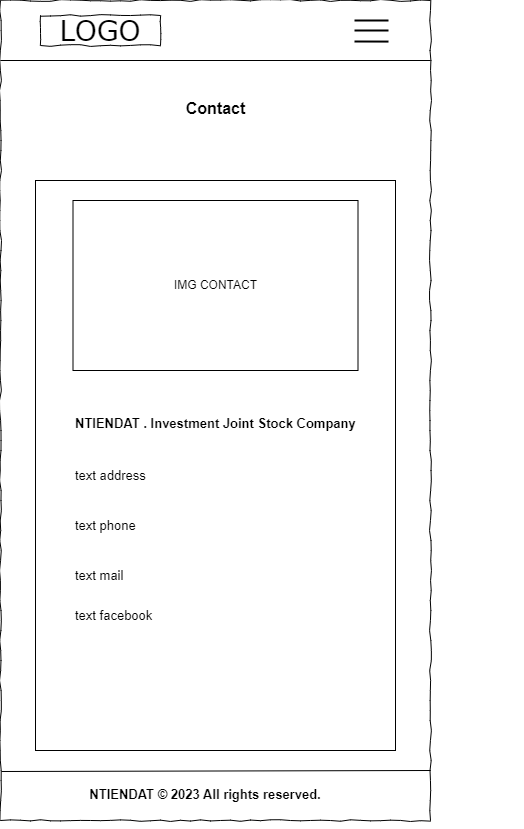
Earlier version of the draw.io export buoi2/images_drawio/contact(iphone).png (datntph39907/web106_datnt). Source tidied: cells renumbered, new cells last; positions are measured from the earlier drawing's top-left corner, leaving out a move shared by most shapes.
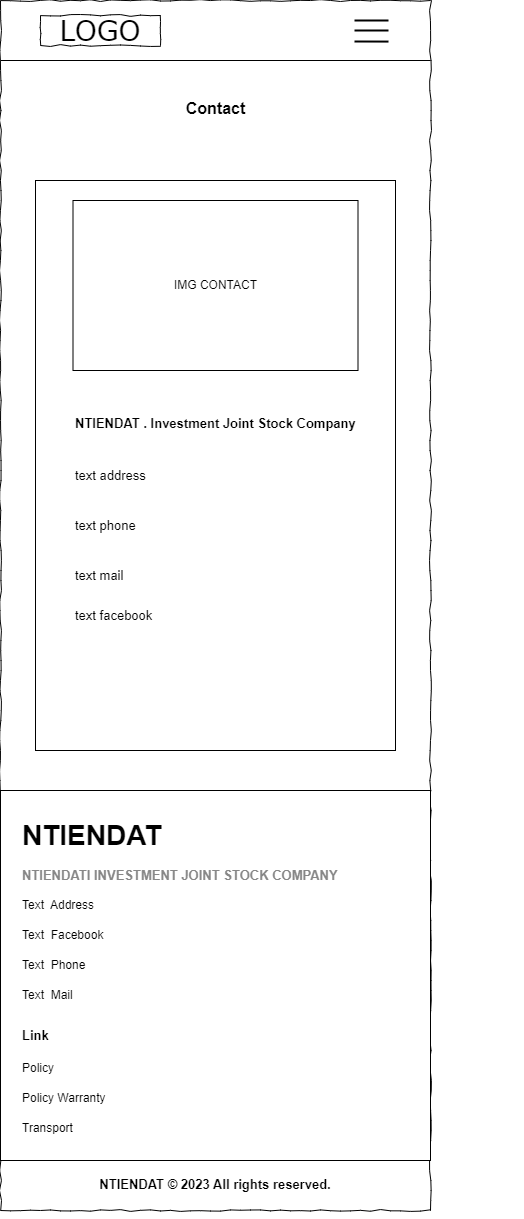
The same diagram one commit later.

What changed in the source:
```diff
@@ -3,7 +3,7 @@
     <mxCell id="0" />
     <mxCell id="1" parent="0" />
     <mxCell id="2" style="whiteSpace=wrap;html=1;rounded=0;shadow=0;labelBackgroundColor=none;strokeColor=default;strokeWidth=1;fillColor=default;fontFamily=Verdana;fontSize=12;fontColor=#000000;align=center;comic=1;" parent="1" vertex="1">
-      <mxGeometry width="430" height="820" as="geometry" />
+      <mxGeometry width="430" height="1210" as="geometry" />
     </mxCell>
     <mxCell id="3" value="LOGO" style="whiteSpace=wrap;html=1;rounded=0;shadow=0;labelBackgroundColor=none;strokeWidth=1;fontFamily=Verdana;fontSize=28;align=center;comic=1;" parent="1" vertex="1">
       <mxGeometry x="40" y="15" width="120" height="30" as="geometry" />
@@ -12,7 +12,7 @@
       <mxGeometry relative="1" as="geometry" />
     </mxCell>
     <mxCell id="5" value="NTIENDAT © 2023 All rights reserved." style="text;strokeColor=none;align=center;fillColor=none;html=1;verticalAlign=top;whiteSpace=wrap;rounded=0;fontSize=13;fontStyle=1;" parent="1" vertex="1">
-      <mxGeometry x="10" y="780" width="390" height="30" as="geometry" />
+      <mxGeometry x="20" y="1170" width="390" height="30" as="geometry" />
     </mxCell>
     <mxCell id="6" style="edgeStyle=orthogonalEdgeStyle;rounded=0;orthogonalLoop=1;jettySize=auto;html=1;exitX=0.5;exitY=1;exitDx=0;exitDy=0;" parent="1" edge="1">
       <mxGeometry relative="1" as="geometry">
@@ -38,12 +38,6 @@
         <mxPoint x="388" y="41.1" as="targetPoint" />
       </mxGeometry>
     </mxCell>
-    <mxCell id="10" style="endArrow=none;html=1;rounded=0;" parent="1" edge="1">
-      <mxGeometry relative="1" as="geometry">
-        <mxPoint x="430" y="770" as="sourcePoint" />
-        <mxPoint x="1" y="771" as="targetPoint" />
-      </mxGeometry>
-    </mxCell>
     <mxCell id="11" style="endArrow=none;html=1;rounded=0;" parent="1" edge="1">
       <mxGeometry relative="1" as="geometry">
         <mxPoint y="60" as="sourcePoint" />
@@ -74,5 +68,38 @@
     <mxCell id="19" value="Contact" style="text;html=1;align=center;verticalAlign=middle;spacingTop=-4;fontSize=16;fontFamily=Helvetica;fontStyle=1;" parent="1" vertex="1">
       <mxGeometry x="60" y="90" width="310" height="40" as="geometry" />
     </mxCell>
+    <mxCell id="20" style="rounded=0;whiteSpace=wrap;html=1;fontColor=#6e6e6e;" parent="1" vertex="1">
+      <mxGeometry y="790" width="430" height="370" as="geometry" />
+    </mxCell>
+    <mxCell id="21" value="Link" style="text;strokeColor=none;align=left;fillColor=none;html=1;verticalAlign=middle;whiteSpace=wrap;rounded=0;fontSize=13;fontColor=#000000;fontStyle=1;" parent="1" vertex="1">
+      <mxGeometry x="20" y="1020" width="266" height="30" as="geometry" />
+    </mxCell>
+    <mxCell id="22" value="Transport" style="text;strokeColor=none;align=left;fillColor=none;html=1;verticalAlign=middle;whiteSpace=wrap;rounded=0;" parent="1" vertex="1">
+      <mxGeometry x="20" y="1113" width="190" height="30" as="geometry" />
+    </mxCell>
+    <mxCell id="23" value="Policy Warranty" style="text;strokeColor=none;align=left;fillColor=none;html=1;verticalAlign=middle;whiteSpace=wrap;rounded=0;" parent="1" vertex="1">
+      <mxGeometry x="20" y="1083" width="190" height="30" as="geometry" />
+    </mxCell>
+    <mxCell id="24" value="Policy" style="text;strokeColor=none;align=left;fillColor=none;html=1;verticalAlign=middle;whiteSpace=wrap;rounded=0;" parent="1" vertex="1">
+      <mxGeometry x="20" y="1053" width="190" height="30" as="geometry" />
+    </mxCell>
+    <mxCell id="25" value="NTIENDAT" style="text;strokeColor=none;align=left;fillColor=none;html=1;verticalAlign=middle;whiteSpace=wrap;rounded=0;fontSize=28;fontStyle=1;" parent="1" vertex="1">
+      <mxGeometry x="20" y="820" width="130" height="30" as="geometry" />
+    </mxCell>
+    <mxCell id="26" value="NTIENDATI INVESTMENT JOINT STOCK COMPANY" style="text;strokeColor=none;align=left;fillColor=none;html=1;verticalAlign=middle;whiteSpace=wrap;rounded=0;fontSize=13;fontColor=#878787;fontStyle=1;" parent="1" vertex="1">
+      <mxGeometry x="20" y="860" width="400" height="30" as="geometry" />
+    </mxCell>
+    <mxCell id="27" value="Text&amp;nbsp;&amp;nbsp;Address" style="text;strokeColor=none;align=left;fillColor=none;html=1;verticalAlign=middle;whiteSpace=wrap;rounded=0;" parent="1" vertex="1">
+      <mxGeometry x="20" y="890" width="190" height="30" as="geometry" />
+    </mxCell>
+    <mxCell id="28" value="Text&amp;nbsp;&amp;nbsp;Facebook" style="text;strokeColor=none;align=left;fillColor=none;html=1;verticalAlign=middle;whiteSpace=wrap;rounded=0;" parent="1" vertex="1">
+      <mxGeometry x="20" y="920" width="190" height="30" as="geometry" />
+    </mxCell>
+    <mxCell id="29" value="Text&amp;nbsp; Phone" style="text;strokeColor=none;align=left;fillColor=none;html=1;verticalAlign=middle;whiteSpace=wrap;rounded=0;" parent="1" vertex="1">
+      <mxGeometry x="20" y="950" width="190" height="30" as="geometry" />
+    </mxCell>
+    <mxCell id="30" value="Text&amp;nbsp; Mail" style="text;strokeColor=none;align=left;fillColor=none;html=1;verticalAlign=middle;whiteSpace=wrap;rounded=0;" parent="1" vertex="1">
+      <mxGeometry x="20" y="980" width="190" height="30" as="geometry" />
+    </mxCell>
   </root>
 </mxGraphModel>
```
